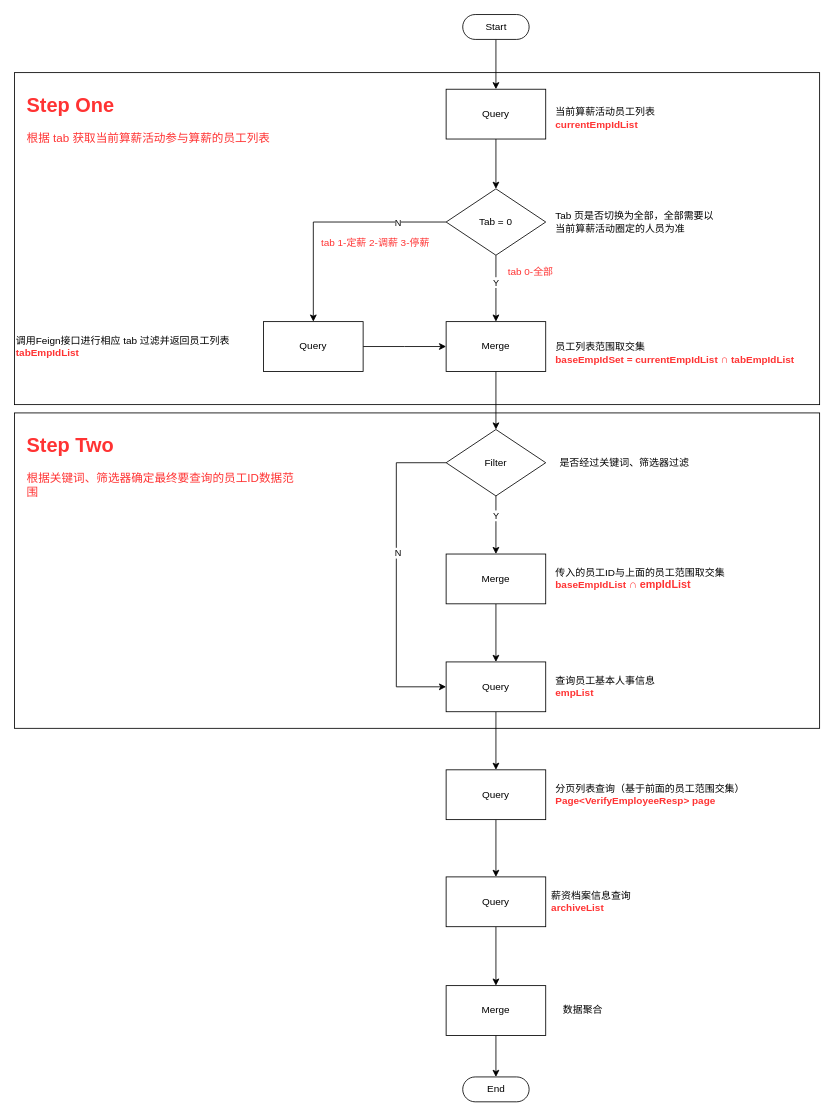
Earlier version of the draw.io diagram 算薪活动-核对人员列表接口实现逻辑.drawio (rexlin600/diagrams). Source tidied: cells renumbered, new cells numbered last; positions are measured from the earlier drawing's top-left corner, leaving out a move shared by most shapes. Both pictures are drawn from the tidied source at 83%, with x=0, y=0 at pixel (14, 14).
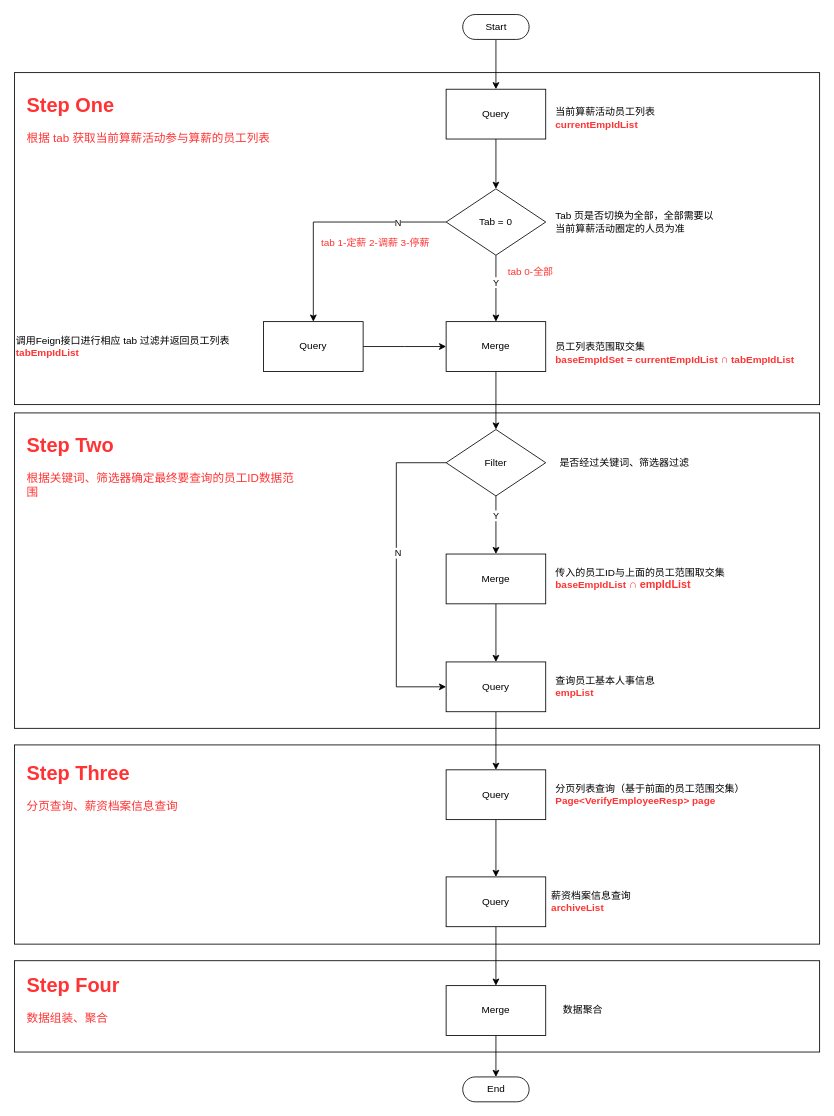
Above is the later version.

Commit message (it also covers changes not shown here):
Update 算薪活动-核对人员列表接口实现逻辑.drawio

Diff of the diagram source:
```diff
@@
+    <mxCell id="47" style="rounded=0;whiteSpace=wrap;html=1;fontSize=14;fontColor=#FF3333;" parent="1" vertex="1">
+      <mxGeometry y="1140" width="970" height="110" as="geometry" />
+    </mxCell>
+    <mxCell id="48" style="rounded=0;whiteSpace=wrap;html=1;fontSize=14;fontColor=#FF3333;" parent="1" vertex="1">
+      <mxGeometry y="880" width="970" height="240" as="geometry" />
+    </mxCell>
@@
+    <mxCell id="49" value="&lt;h1&gt;Step Three&lt;/h1&gt;&lt;p&gt;&lt;span style=&quot;font-size: 14px&quot;&gt;分页查询、薪资档案信息查询&lt;/span&gt;&lt;/p&gt;" style="text;html=1;strokeColor=none;fillColor=none;spacing=5;spacingTop=-20;whiteSpace=wrap;overflow=hidden;rounded=0;fontColor=#FF3333;" parent="1" vertex="1">
+      <mxGeometry x="10" y="895" width="330" height="90" as="geometry" />
+    </mxCell>
+    <mxCell id="50" value="&lt;h1&gt;Step Four&lt;/h1&gt;&lt;p&gt;&lt;span style=&quot;font-size: 14px&quot;&gt;数据组装、聚合&lt;/span&gt;&lt;/p&gt;" style="text;html=1;strokeColor=none;fillColor=none;spacing=5;spacingTop=-20;whiteSpace=wrap;overflow=hidden;rounded=0;fontColor=#FF3333;" parent="1" vertex="1">
+      <mxGeometry x="10" y="1150" width="330" height="90" as="geometry" />
+    </mxCell>
```
